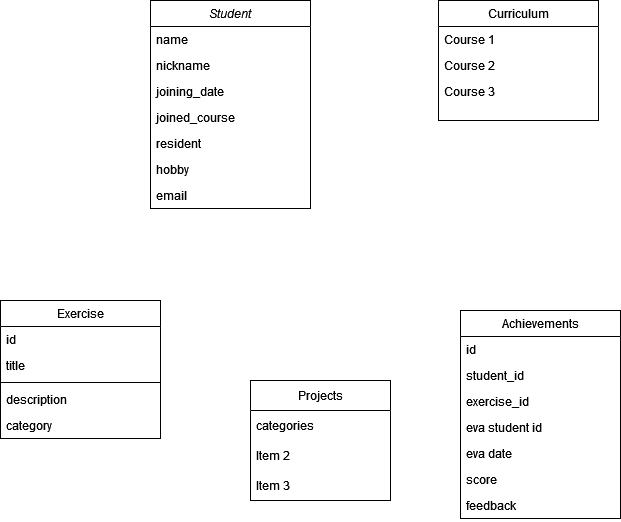
This is CC Students.drawio.png from VMAkos/smartninja, a draw.io export, as it was before one commit. Source tidied: cells renumbered, new cells last; positions are measured from the earlier drawing's top-left corner, leaving out a move shared by most shapes.
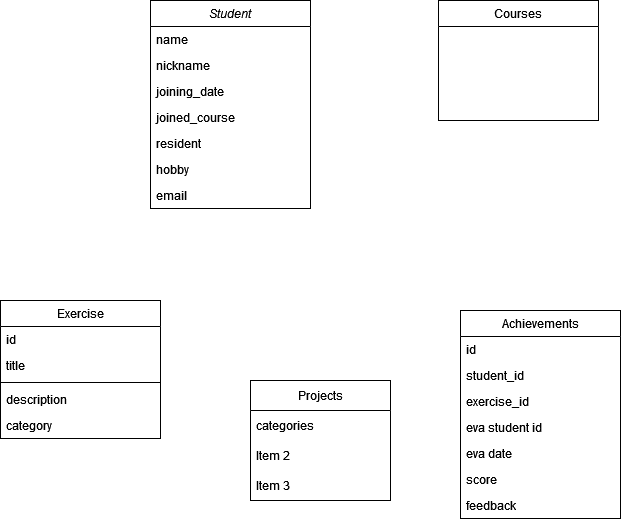
Above is the later version.

The edit, as a diff of the source:
```diff
@@ -68,18 +68,9 @@
     <mxCell id="23" value="feedback" style="text;align=left;verticalAlign=top;spacingLeft=4;spacingRight=4;overflow=hidden;" parent="16" vertex="1">
       <mxGeometry y="182" width="160" height="26" as="geometry" />
     </mxCell>
-    <mxCell id="24" value="Curriculum" style="swimlane;fontStyle=0;align=center;verticalAlign=top;horizontal=1;startSize=26;rounded=0;shadow=0;strokeWidth=1;" parent="1" vertex="1">
+    <mxCell id="24" value="Courses" style="swimlane;fontStyle=0;align=center;verticalAlign=top;horizontal=1;startSize=26;rounded=0;shadow=0;strokeWidth=1;" parent="1" vertex="1">
       <mxGeometry x="438" width="160" height="120" as="geometry" />
     </mxCell>
-    <mxCell id="25" value="Course 1" style="text;align=left;verticalAlign=top;spacingLeft=4;spacingRight=4;overflow=hidden;" parent="24" vertex="1">
-      <mxGeometry y="26" width="160" height="26" as="geometry" />
-    </mxCell>
-    <mxCell id="26" value="Course 2" style="text;align=left;verticalAlign=top;spacingLeft=4;spacingRight=4;overflow=hidden;" parent="24" vertex="1">
-      <mxGeometry y="52" width="160" height="26" as="geometry" />
-    </mxCell>
-    <mxCell id="27" value="Course 3" style="text;align=left;verticalAlign=top;spacingLeft=4;spacingRight=4;overflow=hidden;" parent="24" vertex="1">
-      <mxGeometry y="78" width="160" height="26" as="geometry" />
-    </mxCell>
     <mxCell id="28" value="Projects" style="swimlane;fontStyle=0;horizontal=1;startSize=30;whiteSpace=wrap;html=1;" parent="1" vertex="1">
       <mxGeometry x="250" y="380" width="140" height="120" as="geometry" />
     </mxCell>
```
